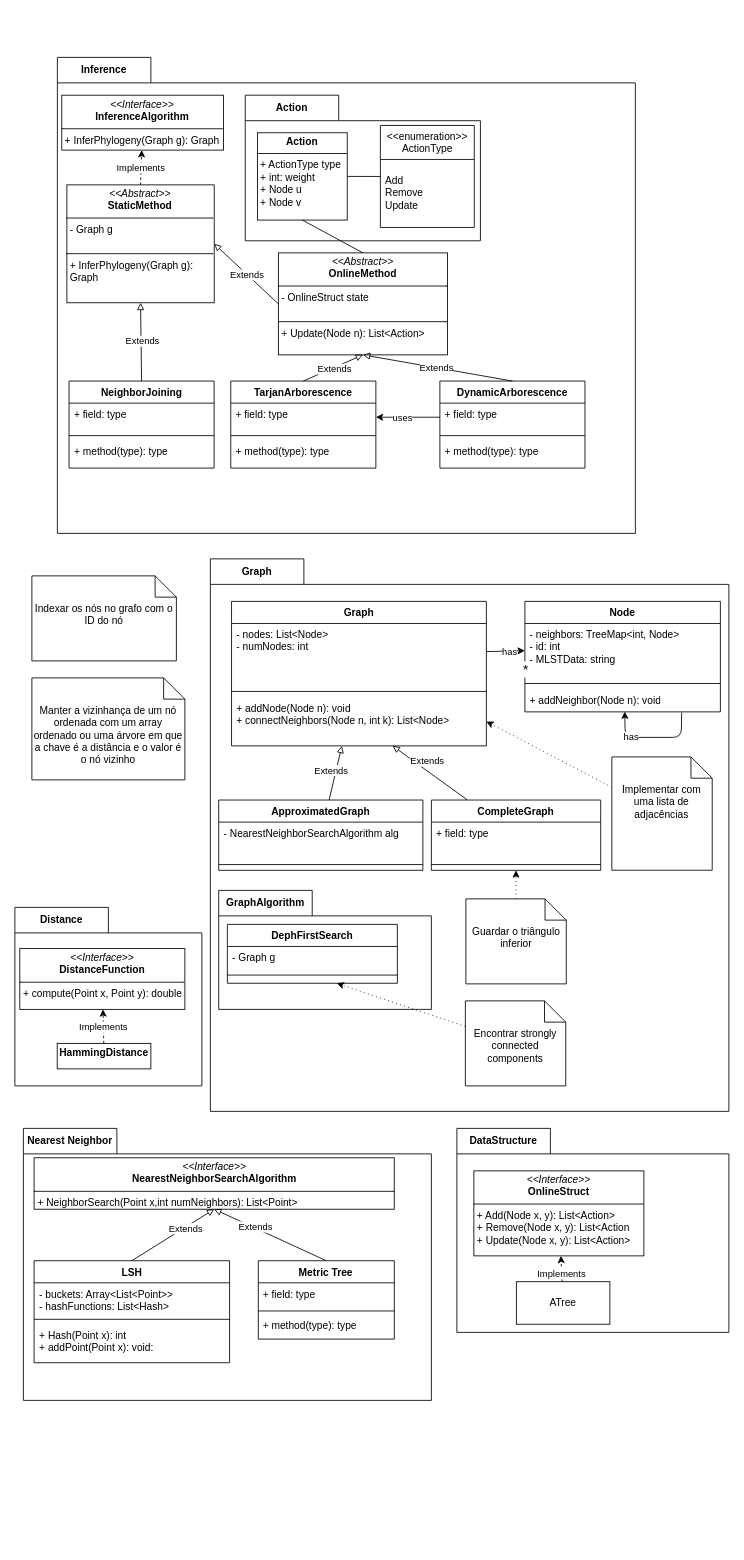
Earlier version of the draw.io diagram Packages.drawio (Goncalo-Palma-Nunes/minimum-weight-arborescence). Source tidied: cells renumbered, new cells numbered last; positions are measured from the earlier drawing's top-left corner, leaving out a move shared by most shapes. Both pictures are drawn from the tidied source at 85%, with x=0, y=0 at pixel (14, 57).
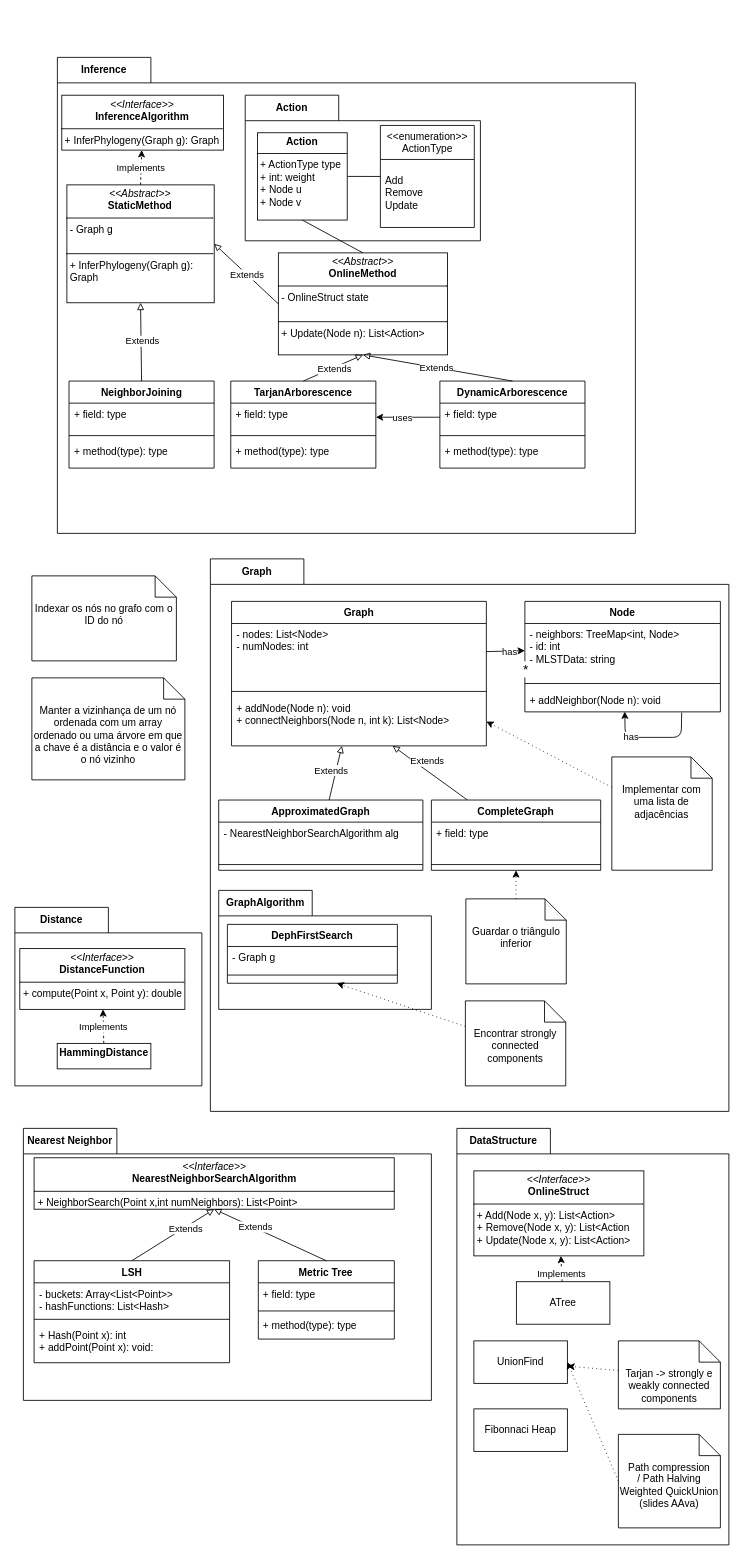
The same page after the edit.

Commit message:
feat: add heap and union find to UML data struct package

What changed in the source:
```diff
@@
     <mxCell id="95" value="DataStructure" style="shape=folder;fontStyle=1;tabWidth=110;tabHeight=30;tabPosition=left;html=1;boundedLbl=1;labelInHeader=1;whiteSpace=wrap;" parent="1" vertex="1">
-      <mxGeometry x="520" y="1260" width="320" height="240" as="geometry" />
+      <mxGeometry x="520" y="1260" width="320" height="490" as="geometry" />
     </mxCell>
@@
+    <mxCell id="100" value="UnionFind" style="html=1;whiteSpace=wrap;" parent="95" vertex="1">
+      <mxGeometry x="20" y="250" width="110" height="50" as="geometry" />
+    </mxCell>
+    <mxCell id="101" value="Fibonnaci Heap" style="html=1;whiteSpace=wrap;" parent="95" vertex="1">
+      <mxGeometry x="20" y="330" width="110" height="50" as="geometry" />
+    </mxCell>
+    <mxCell id="102" style="edgeStyle=none;html=1;dashed=1;dashPattern=1 4;" parent="95" edge="1" source="103" target="100">
+      <mxGeometry relative="1" as="geometry" />
+    </mxCell>
+    <mxCell id="103" value="Tarjan -&amp;gt; strongly e weakly connected components" style="shape=note2;boundedLbl=1;whiteSpace=wrap;html=1;size=25;verticalAlign=top;align=center;" parent="95" vertex="1">
+      <mxGeometry x="190" y="250" width="120" height="80" as="geometry" />
+    </mxCell>
+    <mxCell id="104" value="Path compression&lt;br&gt;/ Path Halving&lt;div&gt;Weighted QuickUnion (slides AAva)&lt;/div&gt;" style="shape=note2;boundedLbl=1;whiteSpace=wrap;html=1;size=25;verticalAlign=top;align=center;" parent="95" vertex="1">
+      <mxGeometry x="190" y="360" width="120" height="110" as="geometry" />
+    </mxCell>
+    <mxCell id="105" style="edgeStyle=none;html=1;dashed=1;dashPattern=1 4;exitX=0;exitY=0.5;exitDx=0;exitDy=0;exitPerimeter=0;entryX=1;entryY=0.5;entryDx=0;entryDy=0;" parent="95" edge="1" source="104" target="100">
+      <mxGeometry relative="1" as="geometry" />
+    </mxCell>
```
